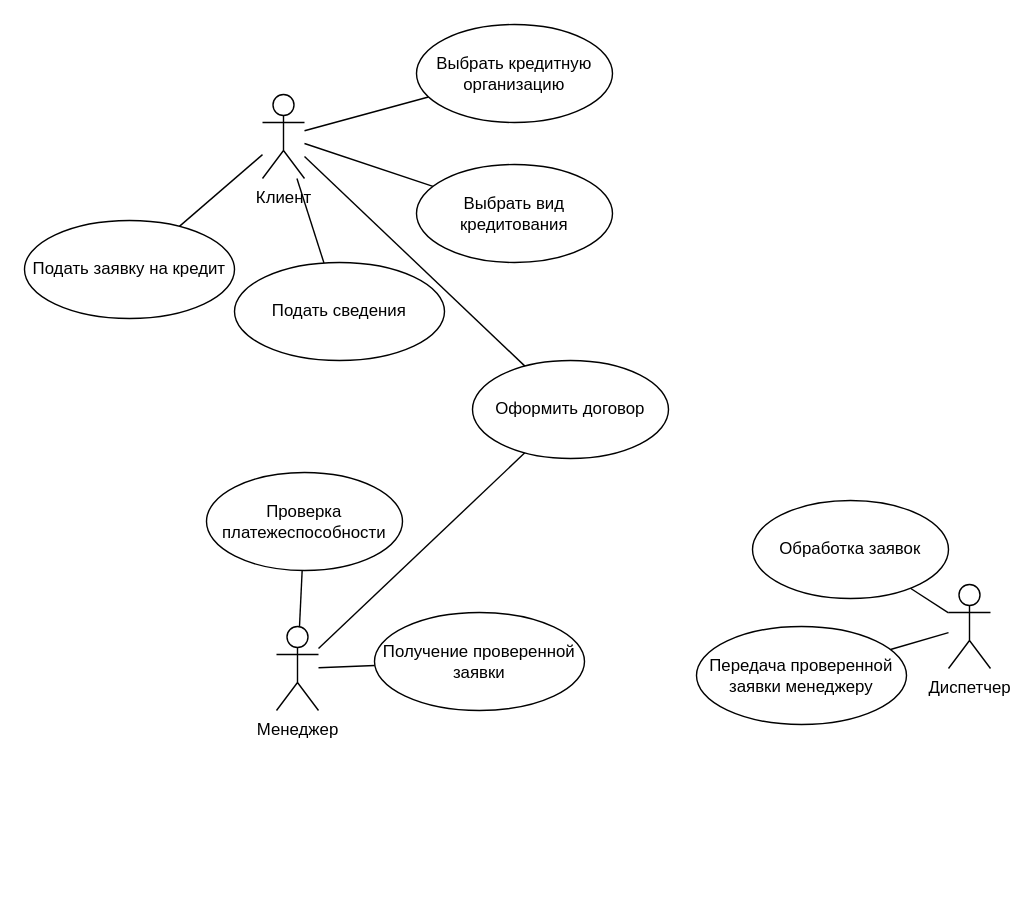
The draw.io diagram Use Case.drawio in sothug/Loan-applications, before the edit. Source tidied: cells renumbered, new cells numbered last; positions are measured from the earlier drawing's top-left corner, leaving out a move shared by most shapes. Both pictures are drawn from the tidied source at 140%, with x=0, y=0 at pixel (24, 24).
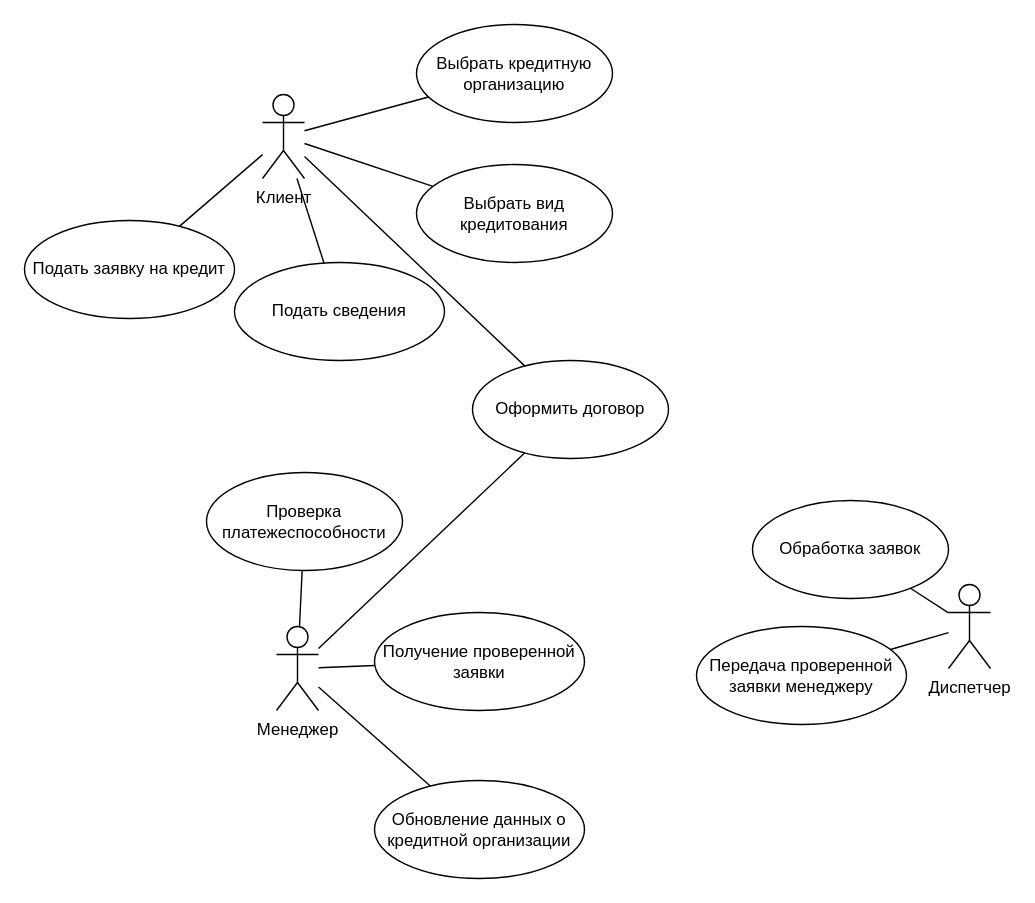
Above is the later version.

The change refers to these unchanged cells:
```xml
<mxCell id="13" value="Менеджер" style="shape=umlActor;verticalLabelPosition=bottom;verticalAlign=top;html=1;" parent="1" vertex="1">
  <mxGeometry x="180" y="430" width="30" height="60" as="geometry" />
</mxCell>
```

Change to the diagram source:
```diff
@@
+    <mxCell id="24" style="rounded=0;jettySize=auto;html=1;endArrow=none;endFill=0;" parent="1" edge="1" source="13" target="25">
+      <mxGeometry relative="1" as="geometry" />
+    </mxCell>
@@
+    <mxCell id="25" value="&lt;span&gt;Обновление данных о&lt;/span&gt;&lt;br&gt;&lt;span&gt;кредитной организации&lt;/span&gt;" style="ellipse;whiteSpace=wrap;html=1;" parent="1" vertex="1">
+      <mxGeometry x="250" y="540" width="150" height="70" as="geometry" />
+    </mxCell>
```
